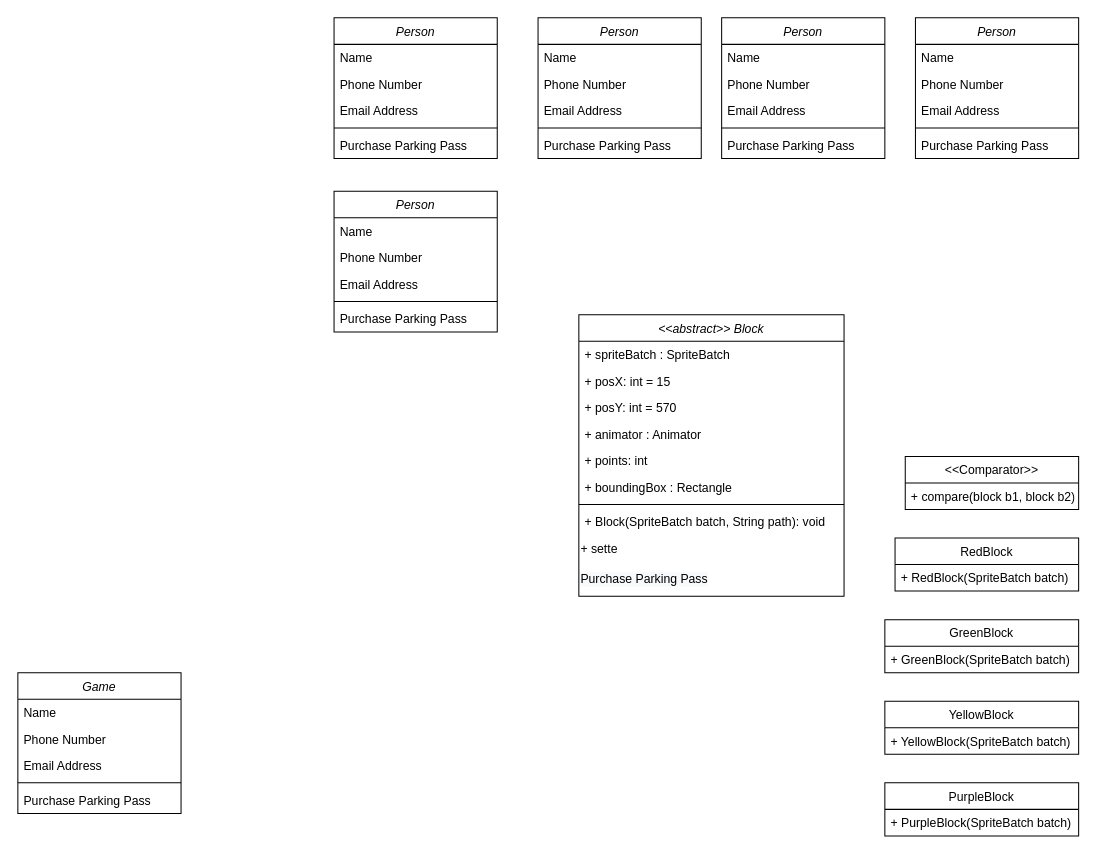
Above: Untitled Diagram.drawio in VictorPVRodriguez/APIRickandMorty (draw.io), before the change. Source tidied: cells renumbered, new cells numbered last; positions are measured from the earlier drawing's top-left corner, leaving out a move shared by most shapes. Both pictures are drawn from the tidied source at 102%, with x=0, y=0 at pixel (17, 17).
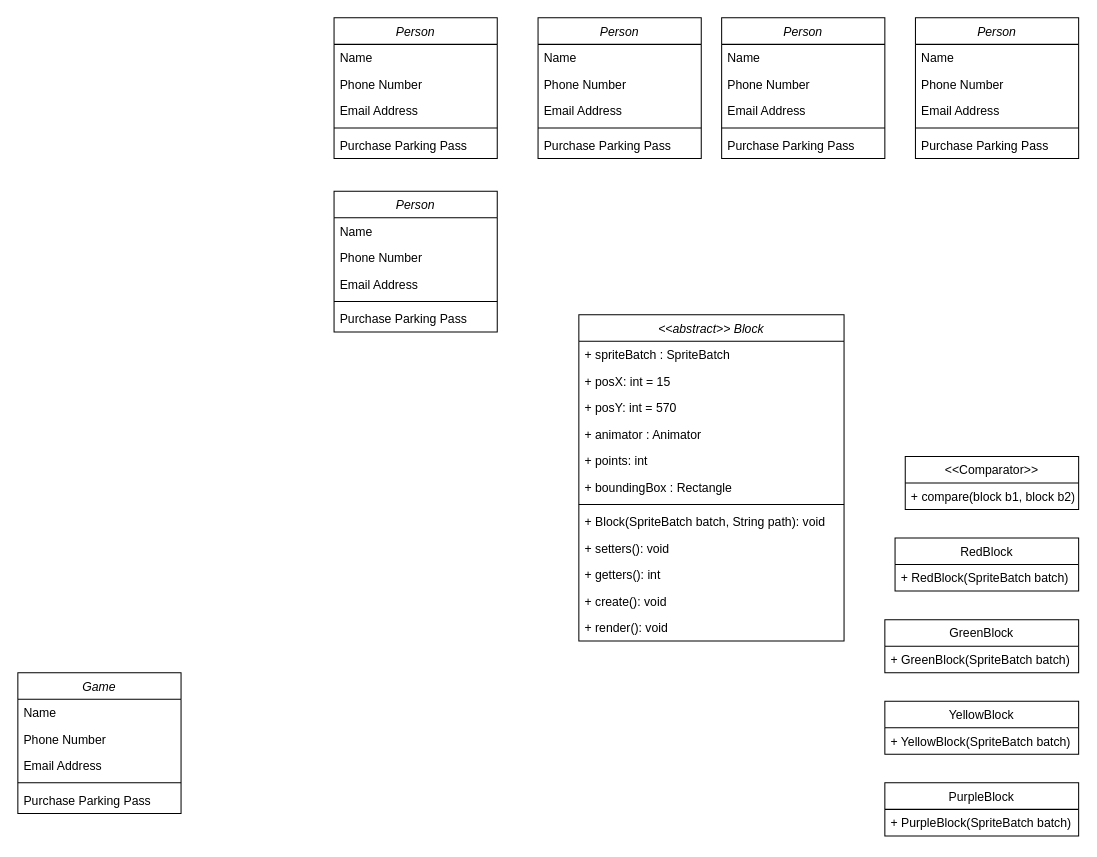
The same page after the edit.

The edit, as a diff of the source:
```diff
@@
     <mxCell id="40" value="&lt;&lt;abstract&gt;&gt; Block" style="swimlane;fontStyle=2;align=center;verticalAlign=top;horizontal=1;startSize=26;rounded=0;shadow=0;strokeWidth=1;" parent="1" vertex="1">
-      <mxGeometry x="550" y="291" width="260" height="276" as="geometry" />
+      <mxGeometry x="550" y="291" width="260" height="320" as="geometry" />
     </mxCell>
@@
-    <mxCell id="49" value="&lt;font face=&quot;helvetica&quot;&gt;+ sette&lt;/font&gt;" style="text;whiteSpace=wrap;html=1;" parent="40" vertex="1">
-      <mxGeometry y="216" width="260" height="30" as="geometry" />
-    </mxCell>
-    <mxCell id="50" value="&lt;span style=&quot;color: rgb(0, 0, 0); font-family: helvetica; font-size: 12px; font-style: normal; font-weight: 400; letter-spacing: normal; text-align: left; text-indent: 0px; text-transform: none; word-spacing: 0px; background-color: rgb(248, 249, 250); display: inline; float: none;&quot;&gt;Purchase Parking Pass&lt;/span&gt;" style="text;whiteSpace=wrap;html=1;" parent="40" vertex="1">
-      <mxGeometry y="246" width="260" height="30" as="geometry" />
-    </mxCell>
+    <mxCell id="59" value="+ setters(): void" style="text;align=left;verticalAlign=top;spacingLeft=4;spacingRight=4;overflow=hidden;" parent="40" vertex="1">
+      <mxGeometry y="216" width="260" height="26" as="geometry" />
+    </mxCell>
+    <mxCell id="60" value="+ getters(): int" style="text;align=left;verticalAlign=top;spacingLeft=4;spacingRight=4;overflow=hidden;" parent="40" vertex="1">
+      <mxGeometry y="242" width="260" height="26" as="geometry" />
+    </mxCell>
+    <mxCell id="61" value="+ create(): void" style="text;align=left;verticalAlign=top;spacingLeft=4;spacingRight=4;overflow=hidden;" parent="40" vertex="1">
+      <mxGeometry y="268" width="260" height="26" as="geometry" />
+    </mxCell>
+    <mxCell id="62" value="+ render(): void" style="text;align=left;verticalAlign=top;spacingLeft=4;spacingRight=4;overflow=hidden;" parent="40" vertex="1">
+      <mxGeometry y="294" width="260" height="26" as="geometry" />
+    </mxCell>
```
